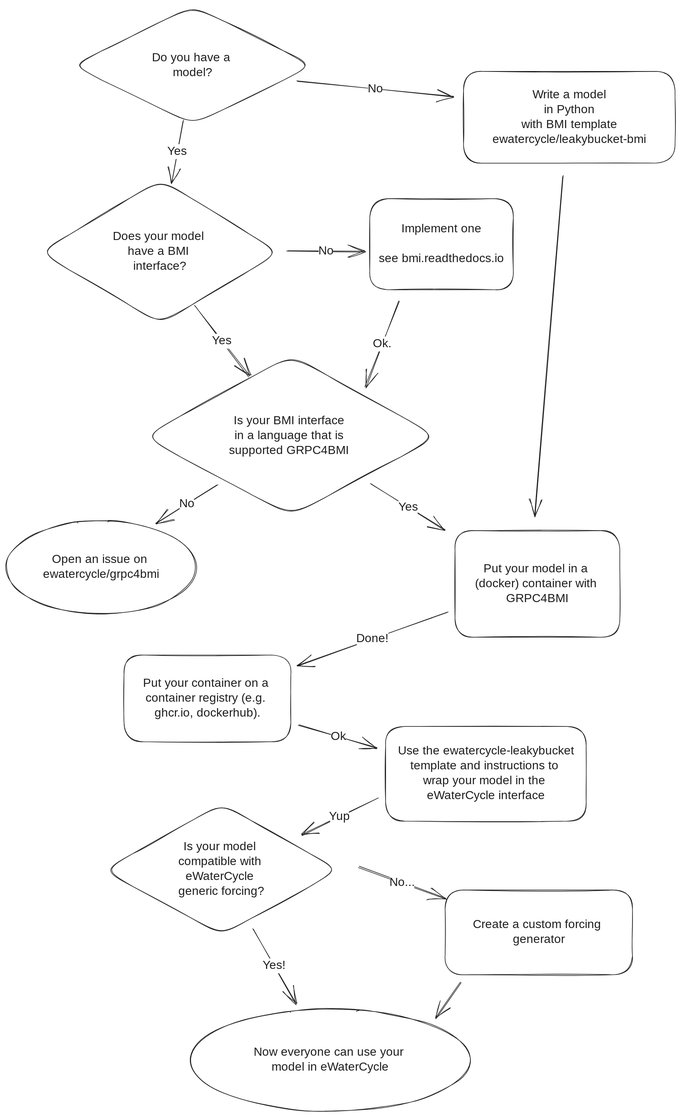
Before: docs/_static/flowchart_ewatercycle.excalidraw.svg, a diagram exported from Excalidraw (eWaterCycle/ewatercycle). Source tidied: one line per element, renumbered; positions are measured from the earlier drawing's top-left corner, leaving out a move shared by most shapes.
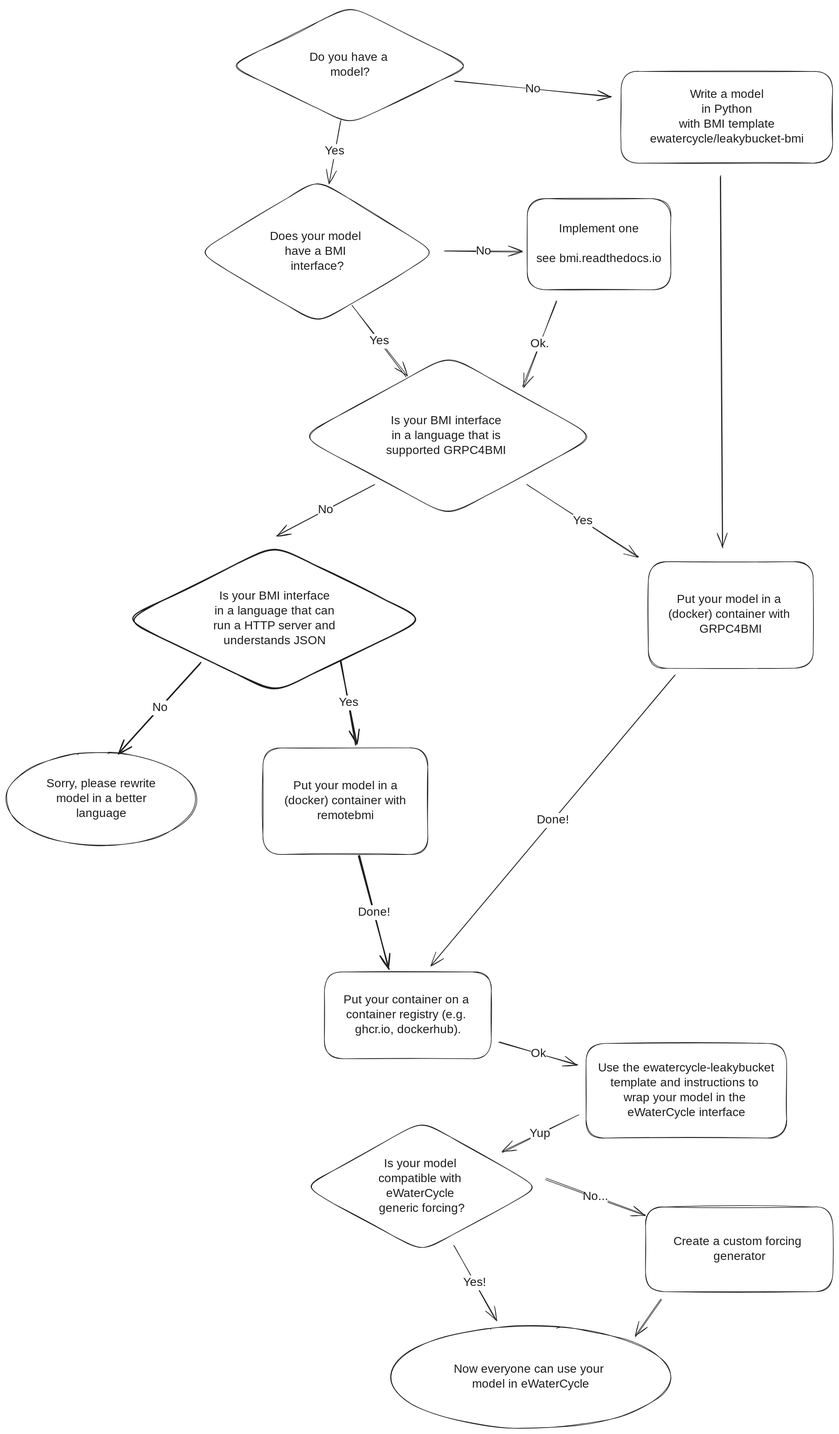
After the change.

Diff of the diagram source:
```diff
@@ -10,7 +10,7 @@
 {"id": 9, "type": "text", "text": "No", "strokeColor": "#1e1e1e", "strokeWidth": 1, "roughness": 1, "fontSize": 20, "fontFamily": 1, "textAlign": "center", "verticalAlign": "middle", "inside": 8, "x": 578, "y": 129, "width": 24, "height": 25}
 {"id": 10, "type": "arrow", "strokeColor": "#1e1e1e", "strokeWidth": 1, "roughness": 1, "endArrowhead": "arrow", "round": true, "from": 0, "to": 2, "x": 297, "y": 192, "width": 19, "height": 104, "points": [[0, 0], [-19, 104]]}
 {"id": 11, "type": "text", "text": "Yes", "strokeColor": "#1e1e1e", "strokeWidth": 1, "roughness": 1, "fontSize": 20, "fontFamily": 1, "textAlign": "center", "verticalAlign": "middle", "inside": 10, "x": 276, "y": 269, "width": 32, "height": 25}
-{"id": 12, "type": "arrow", "strokeColor": "#1e1e1e", "strokeWidth": 1, "roughness": 1, "endArrowhead": "arrow", "round": true, "from": 6, "to": 27, "x": 934, "y": 285, "width": 47, "height": 572, "points": [[0, 0], [-47, 572]]}
+{"id": 12, "type": "arrow", "strokeColor": "#1e1e1e", "strokeWidth": 1, "roughness": 1, "endArrowhead": "arrow", "round": true, "from": 6, "to": 27, "x": 934, "y": 285, "width": 4, "height": 624, "points": [[0, 0], [4, 624]]}
 {"id": 13, "type": "arrow", "strokeColor": "#1e1e1e", "strokeWidth": 1, "roughness": 1, "endArrowhead": "arrow", "round": true, "from": 2, "to": 4, "x": 317, "y": 503, "width": 92, "height": 119, "points": [[0, 0], [92, 119]]}
 {"id": 14, "type": "text", "text": "Yes", "strokeColor": "#1e1e1e", "strokeWidth": 1, "roughness": 1, "fontSize": 20, "fontFamily": 1, "textAlign": "center", "verticalAlign": "middle", "inside": 13, "x": 347, "y": 546, "width": 32, "height": 25}
 {"id": 15, "type": "rectangle", "strokeColor": "#1e1e1e", "backgroundColor": "#ffffff", "fillStyle": "solid", "strokeWidth": 1, "roughness": 1, "round": true, "x": 611, "y": 323, "width": 241, "height": 153}
@@ -19,32 +19,42 @@
 {"id": 18, "type": "text", "text": "No", "strokeColor": "#1e1e1e", "strokeWidth": 1, "roughness": 1, "fontSize": 20, "fontFamily": 1, "textAlign": "center", "verticalAlign": "middle", "inside": 17, "x": 512, "y": 401, "width": 24, "height": 25}
 {"id": 19, "type": "arrow", "strokeColor": "#1e1e1e", "strokeWidth": 1, "roughness": 1, "endArrowhead": "arrow", "round": true, "from": 15, "to": 4, "x": 660, "y": 496, "width": 57, "height": 144, "points": [[0, 0], [-57, 144]]}
 {"id": 20, "type": "text", "text": "Ok.", "strokeColor": "#1e1e1e", "strokeWidth": 1, "roughness": 1, "fontSize": 20, "fontFamily": 1, "textAlign": "center", "verticalAlign": "middle", "inside": 19, "x": 604, "y": 591, "width": 30, "height": 25}
-{"id": 21, "type": "arrow", "strokeColor": "#1e1e1e", "strokeWidth": 1, "roughness": 1, "endArrowhead": "arrow", "round": true, "from": 4, "to": 27, "x": 612, "y": 803, "width": 125, "height": 77, "points": [[0, 0], [125, 77]]}
+{"id": 21, "type": "arrow", "strokeColor": "#1e1e1e", "strokeWidth": 1, "roughness": 1, "endArrowhead": "arrow", "round": true, "from": 4, "to": 27, "x": 610, "y": 804, "width": 188, "height": 121, "points": [[0, 0], [188, 121]]}
 {"id": 22, "type": "text", "text": "Yes", "strokeColor": "#1e1e1e", "strokeWidth": 1, "roughness": 1, "fontSize": 20, "fontFamily": 1, "textAlign": "center", "verticalAlign": "middle", "inside": 21, "x": 630, "y": 838, "width": 32, "height": 25}
-{"id": 23, "type": "arrow", "strokeColor": "#1e1e1e", "strokeWidth": 1, "roughness": 1, "endArrowhead": "arrow", "round": true, "from": 4, "to": 25, "x": 355, "y": 803, "width": 102, "height": 65, "points": [[0, 0], [-102, 65]]}
+{"id": 23, "type": "arrow", "strokeColor": "#1e1e1e", "strokeWidth": 1, "roughness": 1, "endArrowhead": "arrow", "round": true, "from": 4, "to": 50, "x": 354, "y": 803, "width": 163, "height": 87, "points": [[0, 0], [-163, 87]]}
-{"id": 24, "type": "text", "text": "No", "strokeColor": "#1e1e1e", "strokeWidth": 1, "roughness": 1, "fontSize": 20, "fontFamily": 1, "textAlign": "center", "verticalAlign": "middle", "inside": 23, "x": 334, "y": 856, "width": 24, "height": 25}
+{"id": 24, "type": "text", "text": "No", "strokeColor": "#1e1e1e", "strokeWidth": 1, "roughness": 1, "fontSize": 20, "fontFamily": 1, "textAlign": "center", "verticalAlign": "middle", "inside": 23, "x": 334, "y": 856, "width": 25, "height": 25}
-{"id": 25, "type": "ellipse", "strokeColor": "#1e1e1e", "backgroundColor": "#ffffff", "fillStyle": "solid", "strokeWidth": 1, "roughness": 1, "round": true, "x": 0, "y": 865, "width": 319, "height": 156}
+{"id": 25, "type": "ellipse", "strokeColor": "#1e1e1e", "backgroundColor": "#ffffff", "fillStyle": "solid", "strokeWidth": 1, "roughness": 1, "round": true, "x": -264, "y": 1254, "width": 319, "height": 156}
-{"id": 26, "type": "text", "text": "Open an issue on \newatercycle/grpc4bmi", "strokeColor": "#1e1e1e", "strokeWidth": 1, "roughness": 1, "fontSize": 20, "fontFamily": 1, "textAlign": "center", "verticalAlign": "middle", "inside": 25, "x": 59, "y": 918, "width": 201, "height": 50}
+{"id": 26, "type": "text", "text": "Sorry, please rewrite\nmodel in a better\nlanguage", "strokeColor": "#1e1e1e", "strokeWidth": 1, "roughness": 1, "fontSize": 20, "fontFamily": 1, "textAlign": "center", "verticalAlign": "middle", "inside": 25, "x": -207, "y": 1294, "width": 205, "height": 75}
-{"id": 27, "type": "rectangle", "strokeColor": "#1e1e1e", "backgroundColor": "#ffffff", "fillStyle": "solid", "strokeWidth": 1, "roughness": 1, "round": true, "x": 754, "y": 881, "width": 277, "height": 179}
+{"id": 27, "type": "rectangle", "strokeColor": "#1e1e1e", "backgroundColor": "#ffffff", "fillStyle": "solid", "strokeWidth": 1, "roughness": 1, "round": true, "x": 814, "y": 933, "width": 277, "height": 179}
-{"id": 28, "type": "text", "text": "Put your model in a \n(docker) container with \nGRPC4BMI", "strokeColor": "#1e1e1e", "strokeWidth": 1, "roughness": 1, "fontSize": 20, "fontFamily": 1, "textAlign": "center", "verticalAlign": "middle", "inside": 27, "x": 776, "y": 933, "width": 233, "height": 75}
+{"id": 28, "type": "text", "text": "Put your model in a \n(docker) container with \nGRPC4BMI", "strokeColor": "#1e1e1e", "strokeWidth": 1, "roughness": 1, "fontSize": 20, "fontFamily": 1, "textAlign": "center", "verticalAlign": "middle", "inside": 27, "x": 836, "y": 985, "width": 233, "height": 75}
-{"id": 29, "type": "rectangle", "strokeColor": "#1e1e1e", "backgroundColor": "#ffffff", "fillStyle": "solid", "strokeWidth": 1, "roughness": 1, "round": true, "x": 637, "y": 1210, "width": 337, "height": 159}
+{"id": 29, "type": "rectangle", "strokeColor": "#1e1e1e", "backgroundColor": "#ffffff", "fillStyle": "solid", "strokeWidth": 1, "roughness": 1, "round": true, "x": 709, "y": 1742, "width": 337, "height": 159}
-{"id": 30, "type": "text", "text": "Use the ewatercycle-leakybucket\ntemplate and instructions to \nwrap your model in the \neWaterCycle interface", "strokeColor": "#1e1e1e", "strokeWidth": 1, "roughness": 1, "fontSize": 20, "fontFamily": 1, "textAlign": "center", "verticalAlign": "middle", "inside": 29, "x": 645, "y": 1239, "width": 322, "height": 100}
+{"id": 30, "type": "text", "text": "Use the ewatercycle-leakybucket\ntemplate and instructions to \nwrap your model in the \neWaterCycle interface", "strokeColor": "#1e1e1e", "strokeWidth": 1, "roughness": 1, "fontSize": 20, "fontFamily": 1, "textAlign": "center", "verticalAlign": "middle", "inside": 29, "x": 717, "y": 1771, "width": 322, "height": 100}
-{"id": 31, "type": "arrow", "strokeColor": "#1e1e1e", "strokeWidth": 1, "roughness": 1, "endArrowhead": "arrow", "round": true, "from": 27, "to": 33, "x": 742, "y": 1019, "width": 252, "height": 89, "points": [[0, 0], [-252, 89]]}
+{"id": 31, "type": "arrow", "strokeColor": "#1e1e1e", "strokeWidth": 1, "roughness": 1, "endArrowhead": "arrow", "round": true, "from": 27, "to": 33, "x": 859, "y": 1124, "width": 410, "height": 487, "points": [[0, 0], [-410, 487]]}
-{"id": 32, "type": "text", "text": "Done!", "strokeColor": "#1e1e1e", "strokeWidth": 1, "roughness": 1, "fontSize": 20, "fontFamily": 1, "textAlign": "center", "verticalAlign": "middle", "inside": 31, "x": 625, "y": 1130, "width": 53, "height": 25}
+{"id": 32, "type": "text", "text": "Done!", "strokeColor": "#1e1e1e", "strokeWidth": 1, "roughness": 1, "fontSize": 20, "fontFamily": 1, "textAlign": "center", "verticalAlign": "middle", "inside": 31, "x": 625, "y": 1130, "width": 54, "height": 25}
-{"id": 33, "type": "rectangle", "strokeColor": "#1e1e1e", "backgroundColor": "#ffffff", "fillStyle": "solid", "strokeWidth": 1, "roughness": 1, "round": true, "x": 198, "y": 1090, "width": 280, "height": 146}
+{"id": 33, "type": "rectangle", "strokeColor": "#1e1e1e", "backgroundColor": "#ffffff", "fillStyle": "solid", "strokeWidth": 1, "roughness": 1, "round": true, "x": 270, "y": 1622, "width": 280, "height": 146}
-{"id": 34, "type": "text", "text": "Put your container on a \ncontainer registry (e.g. \nghcr.io, dockerhub).", "strokeColor": "#1e1e1e", "strokeWidth": 1, "roughness": 1, "fontSize": 20, "fontFamily": 1, "textAlign": "center", "verticalAlign": "middle", "inside": 33, "x": 214, "y": 1125, "width": 248, "height": 75}
+{"id": 34, "type": "text", "text": "Put your container on a \ncontainer registry (e.g. \nghcr.io, dockerhub).", "strokeColor": "#1e1e1e", "strokeWidth": 1, "roughness": 1, "fontSize": 20, "fontFamily": 1, "textAlign": "center", "verticalAlign": "middle", "inside": 33, "x": 286, "y": 1657, "width": 248, "height": 75}
-{"id": 35, "type": "arrow", "strokeColor": "#1e1e1e", "strokeWidth": 1, "roughness": 1, "endArrowhead": "arrow", "round": true, "from": 33, "to": 29, "x": 492, "y": 1208, "width": 132, "height": 38, "points": [[0, 0], [132, 38]]}
+{"id": 35, "type": "arrow", "strokeColor": "#1e1e1e", "strokeWidth": 1, "roughness": 1, "endArrowhead": "arrow", "round": true, "from": 33, "to": 29, "x": 564, "y": 1740, "width": 132, "height": 38, "points": [[0, 0], [132, 38]]}
-{"id": 36, "type": "text", "text": "Ok", "strokeColor": "#1e1e1e", "strokeWidth": 1, "roughness": 1, "fontSize": 20, "fontFamily": 1, "textAlign": "center", "verticalAlign": "middle", "inside": 35, "x": 546, "y": 1215, "width": 24, "height": 25}
+{"id": 36, "type": "text", "text": "Ok", "strokeColor": "#1e1e1e", "strokeWidth": 1, "roughness": 1, "fontSize": 20, "fontFamily": 1, "textAlign": "center", "verticalAlign": "middle", "inside": 35, "x": 546, "y": 1215, "width": 26, "height": 25}
-{"id": 37, "type": "diamond", "strokeColor": "#1e1e1e", "backgroundColor": "#ffffff", "fillStyle": "solid", "strokeWidth": 1, "roughness": 1, "round": true, "x": 164, "y": 1340, "width": 396, "height": 220}
+{"id": 37, "type": "diamond", "strokeColor": "#1e1e1e", "backgroundColor": "#ffffff", "fillStyle": "solid", "strokeWidth": 1, "roughness": 1, "round": true, "x": 236, "y": 1872, "width": 396, "height": 220}
-{"id": 38, "type": "text", "text": "Is your model \ncompatible with \neWaterCycle \ngeneric forcing?", "strokeColor": "#1e1e1e", "strokeWidth": 1, "roughness": 1, "fontSize": 20, "fontFamily": 1, "textAlign": "center", "verticalAlign": "middle", "inside": 37, "x": 283, "y": 1400, "width": 157, "height": 100}
+{"id": 38, "type": "text", "text": "Is your model \ncompatible with \neWaterCycle \ngeneric forcing?", "strokeColor": "#1e1e1e", "strokeWidth": 1, "roughness": 1, "fontSize": 20, "fontFamily": 1, "textAlign": "center", "verticalAlign": "middle", "inside": 37, "x": 355, "y": 1932, "width": 157, "height": 100}
-{"id": 39, "type": "arrow", "strokeColor": "#1e1e1e", "strokeWidth": 1, "roughness": 1, "endArrowhead": "arrow", "round": true, "from": 29, "to": 37, "x": 624, "y": 1330, "width": 128, "height": 62, "points": [[0, 0], [-128, 62]]}
+{"id": 39, "type": "arrow", "strokeColor": "#1e1e1e", "strokeWidth": 1, "roughness": 1, "endArrowhead": "arrow", "round": true, "from": 29, "to": 37, "x": 696, "y": 1862, "width": 128, "height": 62, "points": [[0, 0], [-128, 62]]}
 {"id": 40, "type": "text", "text": "Yup", "strokeColor": "#1e1e1e", "strokeWidth": 1, "roughness": 1, "fontSize": 20, "fontFamily": 1, "textAlign": "center", "verticalAlign": "middle", "inside": 39, "x": 556, "y": 1395, "width": 32, "height": 25}
-{"id": 41, "type": "ellipse", "strokeColor": "#1e1e1e", "backgroundColor": "#ffffff", "fillStyle": "solid", "strokeWidth": 1, "roughness": 1, "round": true, "x": 309, "y": 1684, "width": 470, "height": 171}
+{"id": 41, "type": "ellipse", "strokeColor": "#1e1e1e", "backgroundColor": "#ffffff", "fillStyle": "solid", "strokeWidth": 1, "roughness": 1, "round": true, "x": 381, "y": 2216, "width": 470, "height": 171}
-{"id": 42, "type": "text", "text": "Now everyone can use your \nmodel in eWaterCycle", "strokeColor": "#1e1e1e", "strokeWidth": 1, "roughness": 1, "fontSize": 20, "fontFamily": 1, "textAlign": "center", "verticalAlign": "middle", "inside": 41, "x": 407, "y": 1745, "width": 274, "height": 50}
+{"id": 42, "type": "text", "text": "Now everyone can use your \nmodel in eWaterCycle", "strokeColor": "#1e1e1e", "strokeWidth": 1, "roughness": 1, "fontSize": 20, "fontFamily": 1, "textAlign": "center", "verticalAlign": "middle", "inside": 41, "x": 479, "y": 2277, "width": 274, "height": 50}
-{"id": 43, "type": "arrow", "strokeColor": "#1e1e1e", "strokeWidth": 1, "roughness": 1, "endArrowhead": "arrow", "round": true, "from": 37, "to": 41, "x": 414, "y": 1550, "width": 72, "height": 124, "points": [[0, 0], [72, 124]]}
+{"id": 43, "type": "arrow", "strokeColor": "#1e1e1e", "strokeWidth": 1, "roughness": 1, "endArrowhead": "arrow", "round": true, "from": 37, "to": 41, "x": 487, "y": 2081, "width": 71, "height": 125, "points": [[0, 0], [71, 125]]}
-{"id": 44, "type": "text", "text": "Yes!", "strokeColor": "#1e1e1e", "strokeWidth": 1, "roughness": 1, "fontSize": 20, "fontFamily": 1, "textAlign": "center", "verticalAlign": "middle", "inside": 43, "x": 390, "y": 1674, "width": 38, "height": 25}
+{"id": 44, "type": "text", "text": "Yes!", "strokeColor": "#1e1e1e", "strokeWidth": 1, "roughness": 1, "fontSize": 20, "fontFamily": 1, "textAlign": "center", "verticalAlign": "middle", "inside": 43, "x": 390, "y": 1674, "width": 39, "height": 25}
-{"id": 45, "type": "rectangle", "strokeColor": "#1e1e1e", "backgroundColor": "#ffffff", "fillStyle": "solid", "strokeWidth": 1, "roughness": 1, "round": true, "x": 737, "y": 1484, "width": 314, "height": 142}
+{"id": 45, "type": "rectangle", "strokeColor": "#1e1e1e", "backgroundColor": "#ffffff", "fillStyle": "solid", "strokeWidth": 1, "roughness": 1, "round": true, "x": 809, "y": 2016, "width": 314, "height": 142}
-{"id": 46, "type": "text", "text": "Create a custom forcing \ngenerator", "strokeColor": "#1e1e1e", "strokeWidth": 1, "roughness": 1, "fontSize": 20, "fontFamily": 1, "textAlign": "center", "verticalAlign": "middle", "inside": 45, "x": 768, "y": 1530, "width": 252, "height": 50}
+{"id": 46, "type": "text", "text": "Create a custom forcing \ngenerator", "strokeColor": "#1e1e1e", "strokeWidth": 1, "roughness": 1, "fontSize": 20, "fontFamily": 1, "textAlign": "center", "verticalAlign": "middle", "inside": 45, "x": 840, "y": 2062, "width": 252, "height": 50}
-{"id": 47, "type": "arrow", "strokeColor": "#1e1e1e", "strokeWidth": 1, "roughness": 1, "endArrowhead": "arrow", "round": true, "from": 45, "to": 41, "x": 764, "y": 1640, "width": 43, "height": 61, "points": [[0, 0], [-43, 61]]}
+{"id": 47, "type": "arrow", "strokeColor": "#1e1e1e", "strokeWidth": 1, "roughness": 1, "endArrowhead": "arrow", "round": true, "from": 45, "to": 41, "x": 836, "y": 2172, "width": 44, "height": 62, "points": [[0, 0], [-44, 62]]}
-{"id": 48, "type": "arrow", "strokeColor": "#1e1e1e", "strokeWidth": 1, "roughness": 1, "endArrowhead": "arrow", "round": true, "from": 37, "to": 45, "x": 593, "y": 1445, "width": 144, "height": 53, "points": [[0, 0], [144, 53]]}
+{"id": 48, "type": "arrow", "strokeColor": "#1e1e1e", "strokeWidth": 1, "roughness": 1, "endArrowhead": "arrow", "round": true, "from": 37, "to": 45, "x": 642, "y": 1969, "width": 166, "height": 61, "points": [[0, 0], [166, 61]]}
 {"id": 49, "type": "text", "text": "No...", "strokeColor": "#1e1e1e", "strokeWidth": 1, "roughness": 1, "fontSize": 20, "fontFamily": 1, "textAlign": "center", "verticalAlign": "middle", "inside": 48, "x": 697, "y": 1544, "width": 40, "height": 25}
+{"id": 50, "type": "diamond", "strokeColor": "#1e1e1e", "strokeWidth": 2, "roughness": 1, "round": true, "x": -66, "y": 905, "width": 504, "height": 248}
+{"id": 51, "type": "text", "text": "Is your BMI interface\nin a language that can\nrun a HTTP server and\nunderstands JSON", "strokeColor": "#1e1e1e", "strokeWidth": 2, "roughness": 1, "fontSize": 20, "fontFamily": 1, "textAlign": "center", "verticalAlign": "middle", "inside": 50, "x": 69, "y": 979, "width": 234, "height": 100}
+{"id": 52, "type": "arrow", "strokeColor": "#1e1e1e", "strokeWidth": 2, "roughness": 1, "endArrowhead": "arrow", "round": true, "from": 50, "to": 25, "x": 63, "y": 1103, "width": 138, "height": 151, "points": [[0, 0], [-138, 151]]}
+{"id": 53, "type": "text", "text": "No", "strokeColor": "#1e1e1e", "strokeWidth": 2, "roughness": 1, "fontSize": 20, "fontFamily": 1, "textAlign": "center", "verticalAlign": "middle", "inside": 52, "x": -17, "y": 1164, "width": 25, "height": 25}
+{"id": 54, "type": "rectangle", "strokeColor": "#1e1e1e", "backgroundColor": "#ffffff", "fillStyle": "solid", "strokeWidth": 1, "roughness": 1, "round": true, "x": 167, "y": 1246, "width": 277, "height": 179}
+{"id": 55, "type": "text", "text": "Put your model in a\n(docker) container with\nremotebmi", "strokeColor": "#1e1e1e", "strokeWidth": 1, "roughness": 1, "fontSize": 20, "fontFamily": 1, "textAlign": "center", "verticalAlign": "middle", "inside": 54, "x": 193, "y": 1298, "width": 225, "height": 75}
+{"id": 56, "type": "arrow", "strokeColor": "#1e1e1e", "strokeWidth": 2, "roughness": 1, "endArrowhead": "arrow", "round": true, "from": 54, "to": 33, "x": 328, "y": 1427, "width": 51, "height": 190, "points": [[0, 0], [51, 190]]}
+{"id": 57, "type": "text", "text": "Done!", "strokeColor": "#1e1e1e", "strokeWidth": 2, "roughness": 1, "fontSize": 20, "fontFamily": 1, "textAlign": "center", "verticalAlign": "middle", "inside": 56, "x": 299, "y": 1334, "width": 54, "height": 25}
+{"id": 58, "type": "arrow", "strokeColor": "#1e1e1e", "strokeWidth": 2, "roughness": 1, "endArrowhead": "arrow", "round": true, "from": 50, "to": 54, "x": 298, "y": 1100, "width": 25, "height": 140, "points": [[0, 0], [25, 140]]}
+{"id": 59, "type": "text", "text": "Yes", "strokeColor": "#1e1e1e", "strokeWidth": 2, "roughness": 1, "fontSize": 20, "fontFamily": 1, "textAlign": "center", "verticalAlign": "middle", "inside": 58, "x": 292, "y": 1052, "width": 32, "height": 25}
```
